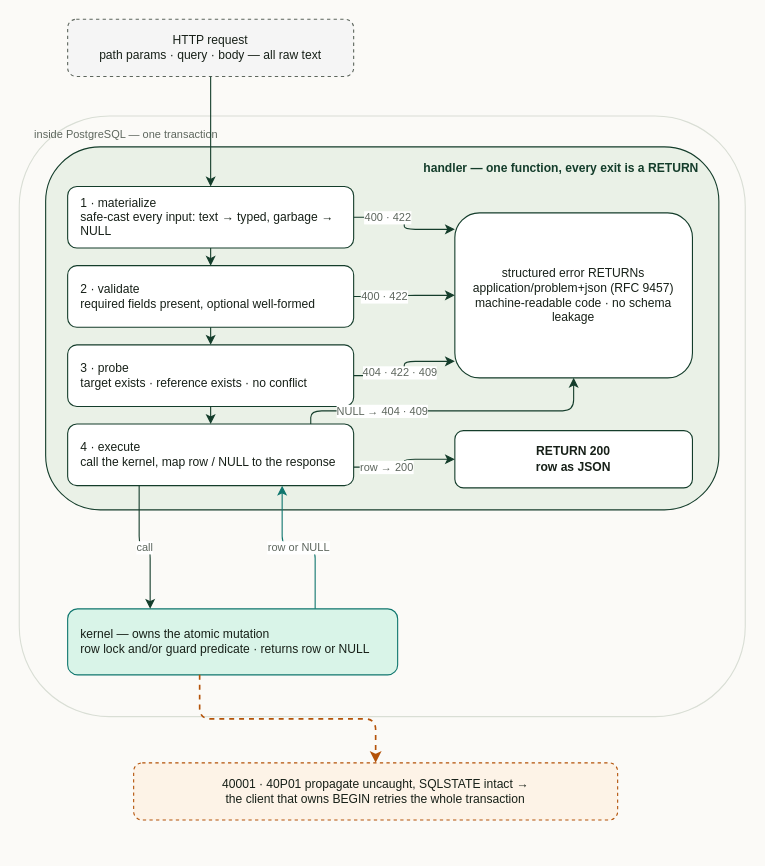
Earlier version of the draw.io diagram docs/diagrams/a01-four-phase-handler.drawio (vvka-141/pgmi). Source tidied: cells renumbered, new cells numbered last; positions are measured from the earlier drawing's top-left corner, leaving out a move shared by most shapes. Both pictures are drawn from the tidied source at 110%, with x=0, y=0 at pixel (19, 19). Pictures stored in the file or linked from it are replaced by grey dashed boxes.
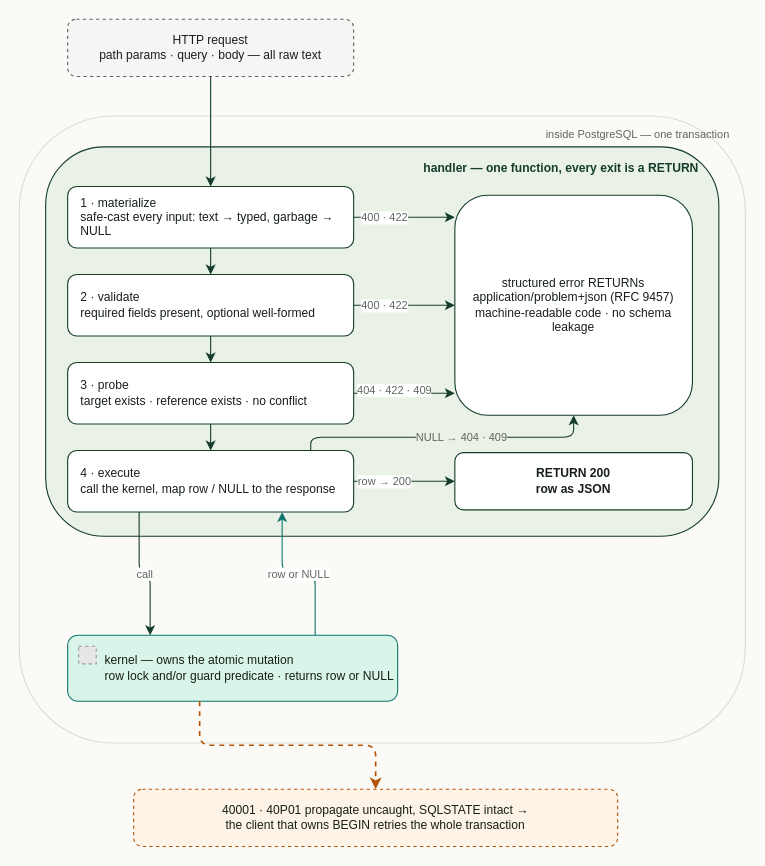
After the change.

What changed in the source:
```diff
@@
-    <mxCell id="3" value="inside PostgreSQL — one transaction" style="rounded=1;whiteSpace=wrap;html=1;fillColor=none;strokeColor=#d9ded5;verticalAlign=top;align=left;spacingLeft=12;spacingTop=4;fontColor=#5d665d;fontSize=10;" parent="1" vertex="1">
-      <mxGeometry y="88" width="660" height="546" as="geometry" />
+    <mxCell id="3" value="inside PostgreSQL — one transaction" style="rounded=1;whiteSpace=wrap;html=1;fillColor=none;strokeColor=#d9ded5;verticalAlign=top;align=right;spacingLeft=12;spacingTop=4;fontColor=#5d665d;fontSize=10;spacingRight=12;" parent="1" vertex="1">
+      <mxGeometry y="88" width="660" height="570" as="geometry" />
     </mxCell>
     <mxCell id="4" value="handler — one function, every exit is a RETURN  " style="rounded=1;whiteSpace=wrap;html=1;fillColor=#eaf1e7;strokeColor=#143d2b;verticalAlign=top;align=right;spacingRight=10;spacingTop=6;fontColor=#143d2b;fontSize=11;fontStyle=1;" parent="1" vertex="1">
-      <mxGeometry x="24" y="116" width="612" height="330" as="geometry" />
+      <mxGeometry x="24" y="116" width="612" height="354" as="geometry" />
     </mxCell>
@@
     <mxCell id="6" value="2 · validate&#10;required fields present, optional well-formed" style="rounded=1;whiteSpace=wrap;html=1;fillColor=#ffffff;strokeColor=#143d2b;fontColor=#172018;fontSize=11;align=left;spacingLeft=10;" parent="1" vertex="1">
-      <mxGeometry x="44" y="224" width="260" height="56" as="geometry" />
+      <mxGeometry x="44" y="232" width="260" height="56" as="geometry" />
     </mxCell>
     <mxCell id="7" value="3 · probe&#10;target exists · reference exists · no conflict" style="rounded=1;whiteSpace=wrap;html=1;fillColor=#ffffff;strokeColor=#143d2b;fontColor=#172018;fontSize=11;align=left;spacingLeft=10;" parent="1" vertex="1">
-      <mxGeometry x="44" y="296" width="260" height="56" as="geometry" />
+      <mxGeometry x="44" y="312" width="260" height="56" as="geometry" />
     </mxCell>
     <mxCell id="8" value="4 · execute&#10;call the kernel, map row / NULL to the response" style="rounded=1;whiteSpace=wrap;html=1;fillColor=#ffffff;strokeColor=#143d2b;fontColor=#172018;fontSize=11;align=left;spacingLeft=10;" parent="1" vertex="1">
-      <mxGeometry x="44" y="368" width="260" height="56" as="geometry" />
+      <mxGeometry x="44" y="392" width="260" height="56" as="geometry" />
     </mxCell>
     <mxCell id="9" value="structured error RETURNs&#10;application/problem+json (RFC 9457)&#10;machine-readable code · no schema leakage" style="rounded=1;whiteSpace=wrap;html=1;fillColor=#ffffff;strokeColor=#143d2b;fontColor=#172018;fontSize=11;verticalAlign=middle;align=center;" parent="1" vertex="1">
-      <mxGeometry x="396" y="176" width="216" height="150" as="geometry" />
+      <mxGeometry x="396" y="160" width="216" height="200" as="geometry" />
     </mxCell>
     <mxCell id="10" value="RETURN 200&#10;row as JSON" style="rounded=1;whiteSpace=wrap;html=1;fillColor=#ffffff;strokeColor=#143d2b;fontColor=#172018;fontSize=11;fontStyle=1;" parent="1" vertex="1">
-      <mxGeometry x="396" y="374" width="216" height="52" as="geometry" />
+      <mxGeometry x="396" y="394" width="216" height="52" as="geometry" />
     </mxCell>
-    <mxCell id="11" value="kernel — owns the atomic mutation&#10;row lock and/or guard predicate · returns row or NULL" style="rounded=1;whiteSpace=wrap;html=1;fillColor=#d9f4e8;strokeColor=#0f766e;fontColor=#172018;fontSize=11;align=left;spacingLeft=10;" parent="1" vertex="1">
-      <mxGeometry x="44" y="536" width="300" height="60" as="geometry" />
+    <mxCell id="11" value="kernel — owns the atomic mutation&#10;row lock and/or guard predicate · returns row or NULL" style="rounded=1;whiteSpace=wrap;html=1;fillColor=#d9f4e8;strokeColor=#0f766e;fontColor=#172018;fontSize=11;align=left;spacingLeft=32;" parent="1" vertex="1">
+      <mxGeometry x="44" y="560" width="300" height="60" as="geometry" />
     </mxCell>
+    <mxCell id="25" style="fillColor=#E6E6E6;strokeColor=#999999;dashed=1;html=1;" parent="1" vertex="1">
+      <mxGeometry x="54" y="570" width="16" height="16" as="geometry" />
+    </mxCell>
     <mxCell id="12" value="40001 · 40P01 propagate uncaught, SQLSTATE intact →&#10;the client that owns BEGIN retries the whole transaction" style="rounded=1;whiteSpace=wrap;html=1;fillColor=#fdf3e7;strokeColor=#b45309;dashed=1;fontColor=#172018;fontSize=11;" parent="1" vertex="1">
-      <mxGeometry x="104" y="676" width="440" height="52" as="geometry" />
+      <mxGeometry x="104" y="700" width="440" height="52" as="geometry" />
     </mxCell>
@@
-    <mxCell id="22" value="NULL → 404 · 409" style="edgeStyle=orthogonalEdgeStyle;rounded=1;html=1;strokeColor=#143d2b;fontColor=#5d665d;fontSize=10;exitX=0.85;exitY=0;entryX=0.5;entryY=1;" parent="1" edge="1" source="8" target="9">
-      <mxGeometry x="-0.45" relative="1" as="geometry">
+    <mxCell id="22" value="NULL → 404 · 409" style="edgeStyle=orthogonalEdgeStyle;rounded=1;html=1;strokeColor=#143d2b;fontColor=#5d665d;fontSize=10;labelBackgroundColor=#eaf1e7;exitX=0.85;exitY=0;entryX=0.5;entryY=1;" parent="1" edge="1" source="8" target="9">
+      <mxGeometry x="0.1" relative="1" as="geometry">
         <Array as="points">
-          <mxPoint x="265" y="356" />
-          <mxPoint x="504" y="356" />
+          <mxPoint x="265" y="380" />
+          <mxPoint x="504" y="380" />
         </Array>
       </mxGeometry>
     </mxCell>
-    <mxCell id="23" value="row → 200" style="edgeStyle=orthogonalEdgeStyle;rounded=1;html=1;strokeColor=#143d2b;fontColor=#5d665d;fontSize=10;exitX=1;exitY=0.7;entryX=0;entryY=0.5;" parent="1" edge="1" source="8" target="10">
+    <mxCell id="23" value="row → 200" style="edgeStyle=orthogonalEdgeStyle;rounded=1;html=1;strokeColor=#143d2b;fontColor=#5d665d;fontSize=10;exitX=1;exitY=0.5;entryX=0;entryY=0.5;" parent="1" edge="1" source="8" target="10">
       <mxGeometry x="-0.4" relative="1" as="geometry" />
     </mxCell>
```
